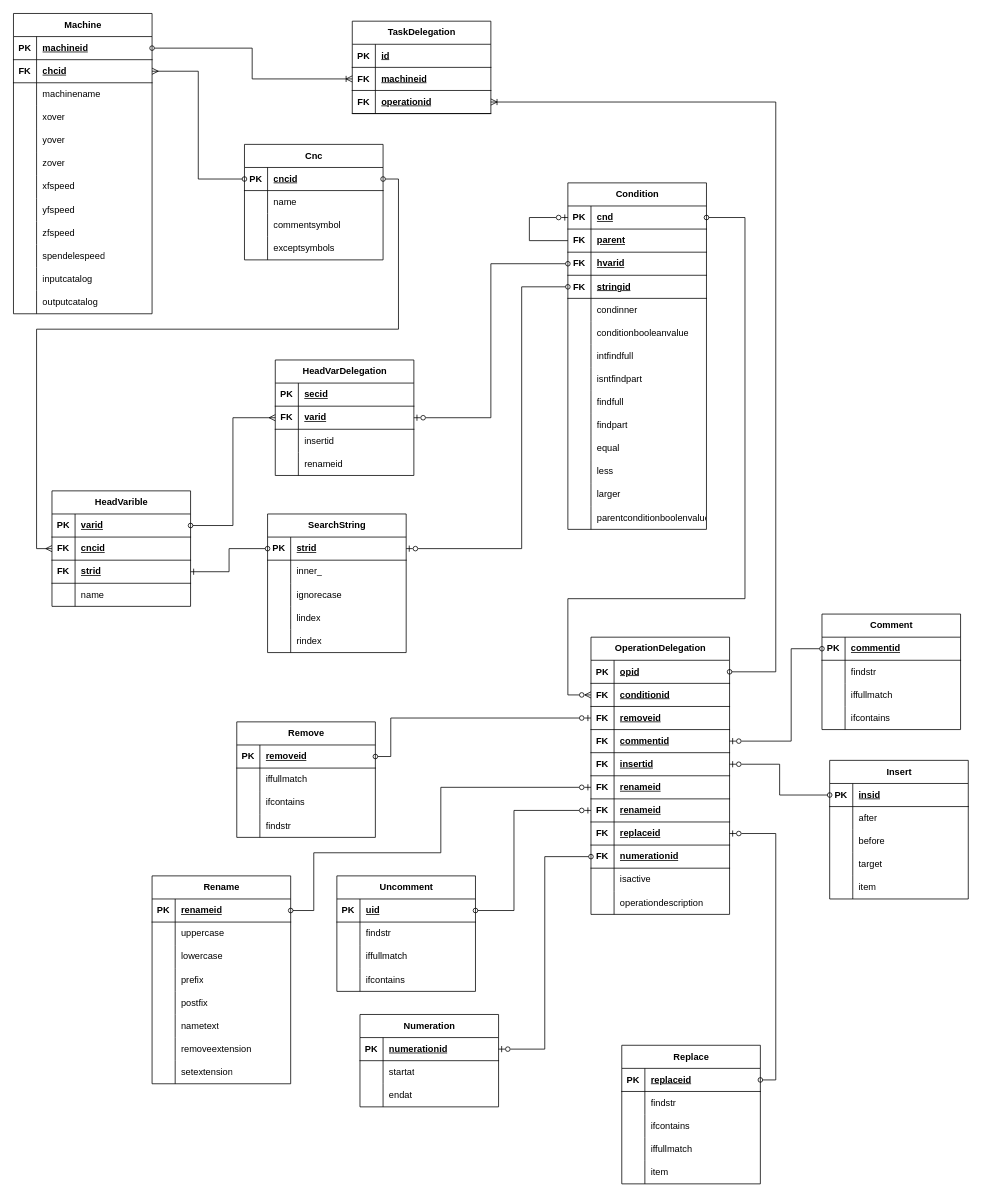
This is docs/db.drawio from filthps/CNC-File-Parser, a draw.io file, before an edit. Source tidied: cells renumbered, new cells numbered last; positions are measured from the earlier drawing's top-left corner, leaving out a move shared by most shapes. Both pictures are drawn from the tidied source at 77%, with x=0, y=0 at pixel (13, 13).
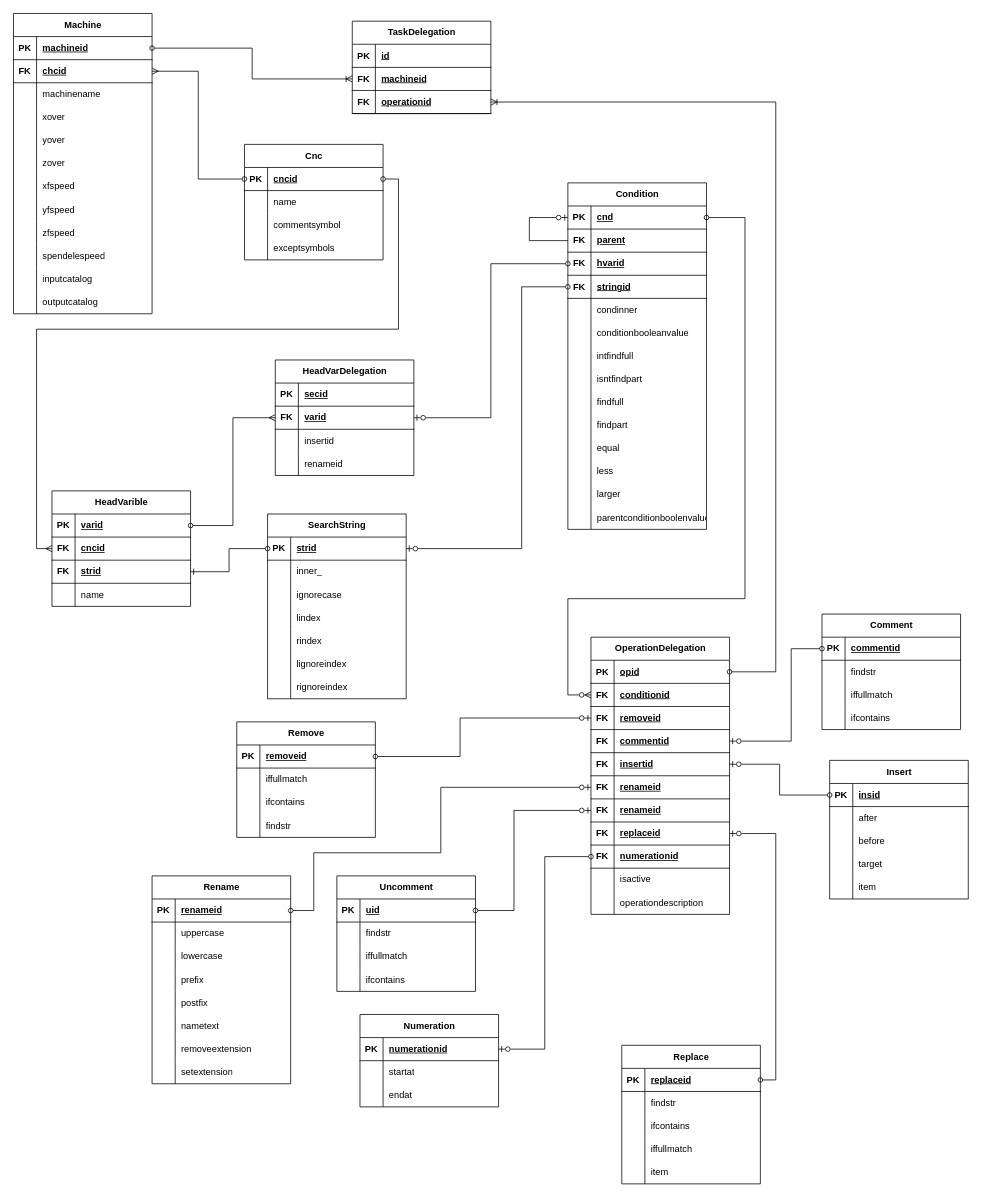
The same diagram, later.

Commit message:
Добавил 2 поля в диаграмму

The change refers to these unchanged cells:
```xml
<mxCell id="66" style="shape=tableRow;horizontal=0;startSize=0;swimlaneHead=0;swimlaneBody=0;fillColor=none;points=[[0,0.5],[1,0.5]];portConstraint=eastwest;top=0;left=0;right=0;bottom=1;" parent="59" vertex="1">
  <mxGeometry y="90" width="180" height="30" as="geometry" />
</mxCell>
<mxCell id="149" style="shape=tableRow;horizontal=0;startSize=0;swimlaneHead=0;swimlaneBody=0;fillColor=none;points=[[0,0.5],[1,0.5]];portConstraint=eastwest;top=0;left=0;right=0;bottom=1;" parent="148" vertex="1">
  <mxGeometry y="30" width="180" height="30" as="geometry" />
</mxCell>
```

The edit, as a diff of the source:
```diff
@@
     <mxCell id="200" value="SearchString" style="shape=table;startSize=30;childLayout=tableLayout;rowLines=0;fontStyle=1;align=center;html=1;" parent="1" vertex="1">
-      <mxGeometry x="330" y="650" width="180" height="180" as="geometry" />
+      <mxGeometry x="330" y="650" width="180" height="240" as="geometry" />
     </mxCell>
@@
+    <mxCell id="305" style="shape=tableRow;horizontal=0;startSize=0;swimlaneHead=0;swimlaneBody=0;fillColor=none;top=0;left=0;right=0;bottom=0;" parent="200" vertex="1">
+      <mxGeometry y="180" width="180" height="30" as="geometry" />
+    </mxCell>
+    <mxCell id="306" style="shape=partialRectangle;fillColor=none;top=0;left=0;bottom=0;right=0;overflow=hidden;whiteSpace=wrap;html=1;" parent="305" vertex="1">
+      <mxGeometry width="30" height="30" as="geometry" />
+    </mxCell>
+    <mxCell id="307" value="lignoreindex" style="shape=partialRectangle;fillColor=none;top=0;left=0;bottom=0;right=0;align=left;spacingLeft=6;overflow=hidden;whiteSpace=wrap;html=1;" parent="305" vertex="1">
+      <mxGeometry x="30" width="150" height="30" as="geometry" />
+    </mxCell>
+    <mxCell id="308" style="shape=tableRow;horizontal=0;startSize=0;swimlaneHead=0;swimlaneBody=0;fillColor=none;top=0;left=0;right=0;bottom=0;" parent="200" vertex="1">
+      <mxGeometry y="210" width="180" height="30" as="geometry" />
+    </mxCell>
+    <mxCell id="309" style="shape=partialRectangle;fillColor=none;top=0;left=0;bottom=0;right=0;overflow=hidden;whiteSpace=wrap;html=1;" parent="308" vertex="1">
+      <mxGeometry width="30" height="30" as="geometry" />
+    </mxCell>
+    <mxCell id="310" value="rignoreindex" style="shape=partialRectangle;fillColor=none;top=0;left=0;bottom=0;right=0;align=left;spacingLeft=6;overflow=hidden;whiteSpace=wrap;html=1;" parent="308" vertex="1">
+      <mxGeometry x="30" width="150" height="30" as="geometry" />
+    </mxCell>
@@
     <mxCell id="296" style="edgeStyle=orthogonalEdgeStyle;rounded=0;jettySize=auto;html=1;exitX=1;exitY=0.5;exitDx=0;exitDy=0;entryX=0;entryY=0.5;entryDx=0;entryDy=0;startArrow=oval;startFill=0;endArrow=ERzeroToOne;endFill=0;" parent="1" edge="1" source="149" target="66">
       <mxGeometry relative="1" as="geometry">
         <Array as="points">
-          <mxPoint x="490" y="965" />
-          <mxPoint x="490" y="915" />
+          <mxPoint x="580" y="965" />
+          <mxPoint x="580" y="915" />
         </Array>
       </mxGeometry>
     </mxCell>
```
